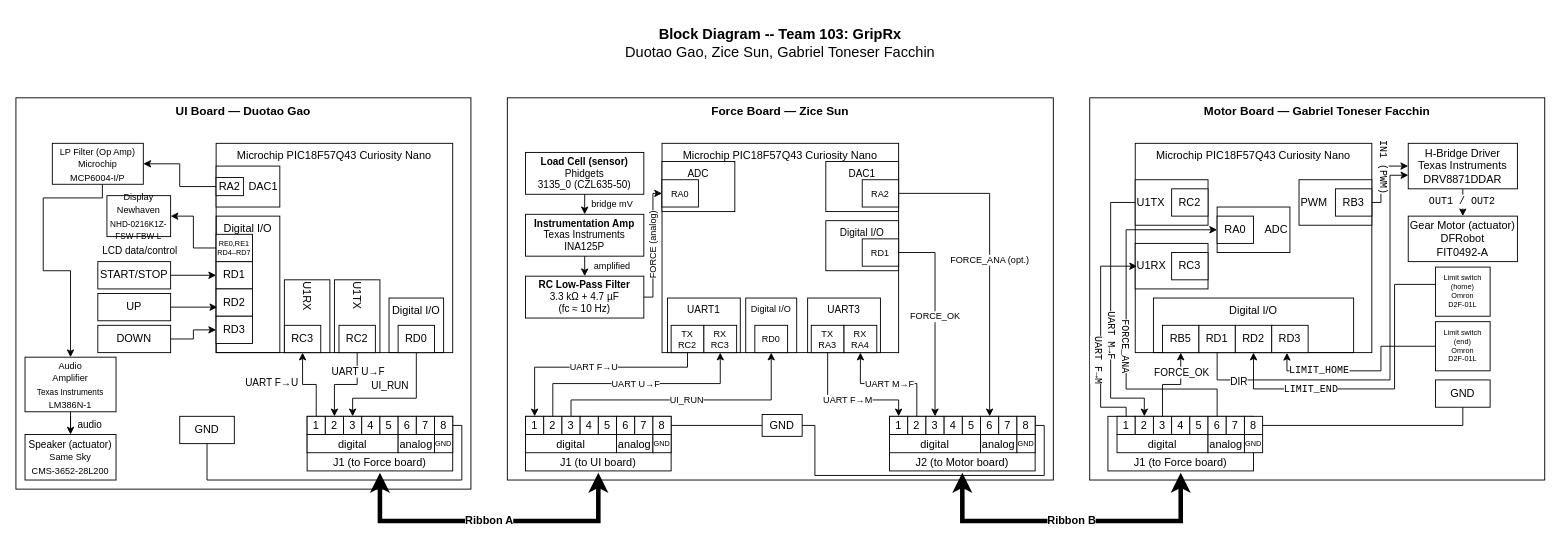
Before: docs/image/team-block-diagram.drawio in EGR304-2026-F-103/EGR304-2026-F-103.github.io, a draw.io diagram. Source tidied: cells renumbered, new cells numbered last; positions are measured from the earlier drawing's top-left corner, leaving out a move shared by most shapes. Both pictures are drawn from the tidied source at 91%, with x=0, y=0 at pixel (15, 15).
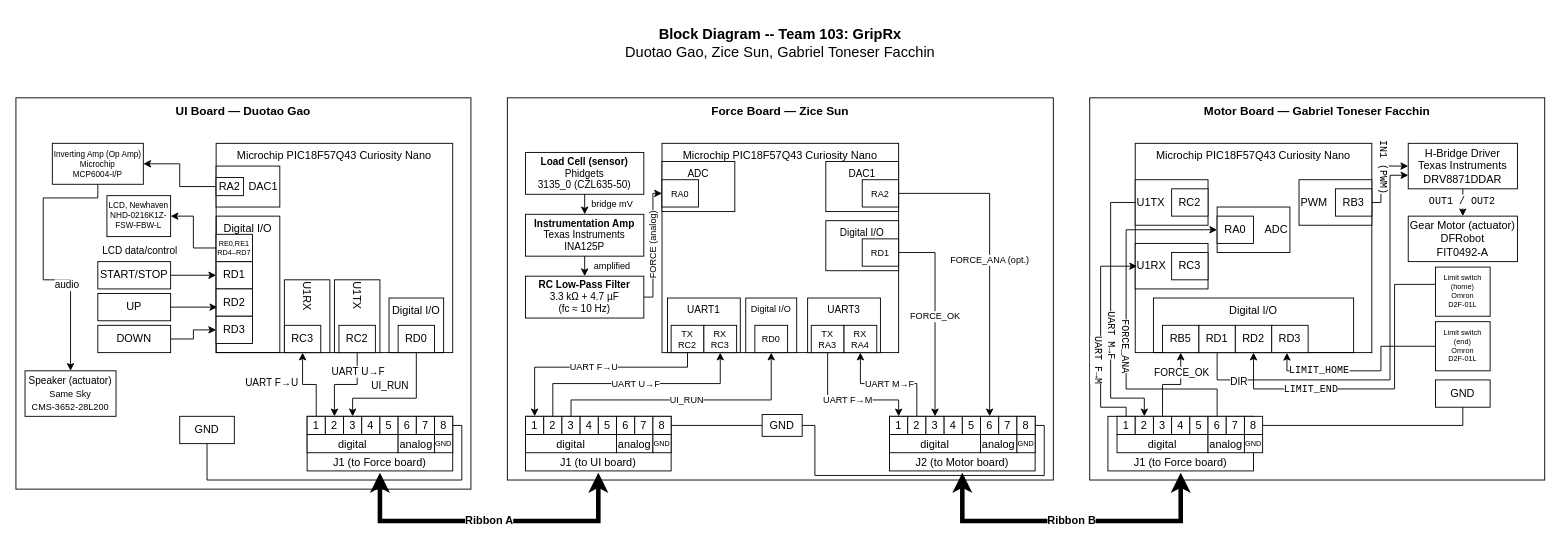
Above is the later version.

Commit message (it also covers changes not shown here):
UI board: remove LM386 per instructor feedback (single MCP6004 amplifier) in team block diagram, Table 1 and software diagram

Unchanged cells that the change refers to:
```xml
<mxCell id="69" value="UI Board — Duotao Gao" style="rounded=0;whiteSpace=wrap;html=1;verticalAlign=top;fontStyle=1;fontSize=13;fillColor=none;" parent="1" vertex="1">
  <mxGeometry y="90" width="500" height="430" as="geometry" />
</mxCell>
```

What changed in the source:
```diff
@@
-    <mxCell id="114" value="&lt;div&gt;&lt;font style=&quot;font-size: 10px;&quot;&gt;Display&lt;/font&gt;&lt;/div&gt;&lt;div&gt;&lt;font style=&quot;font-size: 10px;&quot;&gt;Newhaven&lt;/font&gt;&lt;/div&gt;&lt;div&gt;&lt;font style=&quot;font-size: 9px;&quot;&gt;NHD-0216K1Z-FSW-FBW-L&lt;/font&gt;&lt;/div&gt;" style="rounded=0;whiteSpace=wrap;html=1;labelBackgroundColor=none;" parent="69" vertex="1">
+    <mxCell id="114" value="LCD, Newhaven&lt;br&gt;NHD-0216K1Z-&lt;br&gt;FSW-FBW-L" style="rounded=0;whiteSpace=wrap;html=1;labelBackgroundColor=none;fontSize=9;" parent="69" vertex="1">
       <mxGeometry x="100" y="107.5" width="70" height="45" as="geometry" />
     </mxCell>
-    <mxCell id="115" style="edgeStyle=orthogonalEdgeStyle;rounded=0;jettySize=auto;html=1;" parent="69" edge="1" source="116" target="120">
-      <mxGeometry relative="1" as="geometry">
-        <Array as="points">
-          <mxPoint x="95" y="110" />
-          <mxPoint x="30" y="110" />
-          <mxPoint x="30" y="190" />
-          <mxPoint x="60" y="190" />
-        </Array>
-      </mxGeometry>
-    </mxCell>
-    <mxCell id="116" value="&lt;div&gt;&lt;font style=&quot;font-size: 10px;&quot;&gt;LP Filter (Op Amp)&lt;/font&gt;&lt;/div&gt;&lt;div&gt;&lt;font style=&quot;font-size: 10px;&quot;&gt;Microchip&lt;/font&gt;&lt;/div&gt;&lt;div&gt;&lt;font style=&quot;font-size: 10px;&quot;&gt;MCP6004-I/P&lt;/font&gt;&lt;/div&gt;" style="rounded=0;whiteSpace=wrap;html=1;labelBackgroundColor=none;" parent="69" vertex="1">
+    <mxCell id="116" value="Inverting Amp (Op Amp)&lt;br&gt;Microchip&lt;br&gt;MCP6004-I/P" style="rounded=0;whiteSpace=wrap;html=1;labelBackgroundColor=none;fontSize=9;" parent="69" vertex="1">
       <mxGeometry x="40" y="50" width="100" height="45" as="geometry" />
     </mxCell>
     <mxCell id="117" value="&lt;div&gt;&lt;font style=&quot;font-size: 11px;&quot;&gt;Speaker (actuator)&lt;/font&gt;&lt;/div&gt;&lt;div&gt;&lt;font style=&quot;font-size: 10px;&quot;&gt;Same Sky&lt;/font&gt;&lt;/div&gt;&lt;div&gt;&lt;font style=&quot;font-size: 10px;&quot;&gt;CMS-3652-28L200&lt;/font&gt;&lt;/div&gt;" style="rounded=0;whiteSpace=wrap;html=1;labelBackgroundColor=none;" parent="69" vertex="1">
-      <mxGeometry x="10" y="370" width="100" height="50" as="geometry" />
+      <mxGeometry x="10" y="300" width="100" height="50" as="geometry" />
     </mxCell>
-    <mxCell id="118" style="edgeStyle=orthogonalEdgeStyle;rounded=0;jettySize=auto;html=1;" parent="69" edge="1" source="120" target="117">
-      <mxGeometry relative="1" as="geometry" />
+    <mxCell id="118" style="edgeStyle=orthogonalEdgeStyle;rounded=0;jettySize=auto;html=1;exitX=0.5;exitY=1;exitDx=0;exitDy=0;entryX=0.5;entryY=0;entryDx=0;entryDy=0;" parent="69" edge="1" source="116" target="117">
+      <mxGeometry relative="1" as="geometry">
+        <Array as="points">
+          <mxPoint x="90" y="110" />
+          <mxPoint x="30" y="110" />
+          <mxPoint x="30" y="200" />
+          <mxPoint x="60" y="200" />
+        </Array>
+      </mxGeometry>
     </mxCell>
@@
-    <mxCell id="120" value="&lt;div&gt;&lt;font style=&quot;font-size: 10px;&quot;&gt;Audio&lt;br&gt;Amplifier&lt;/font&gt;&lt;/div&gt;&lt;div&gt;&lt;font style=&quot;font-size: 9px;&quot;&gt;Texas Instruments&lt;/font&gt;&lt;/div&gt;&lt;div&gt;&lt;font style=&quot;font-size: 10px;&quot;&gt;LM386N-1&lt;/font&gt;&lt;/div&gt;" style="rounded=0;whiteSpace=wrap;html=1;labelBackgroundColor=none;" parent="69" vertex="1">
-      <mxGeometry x="10" y="285" width="100" height="60" as="geometry" />
-    </mxCell>
```
